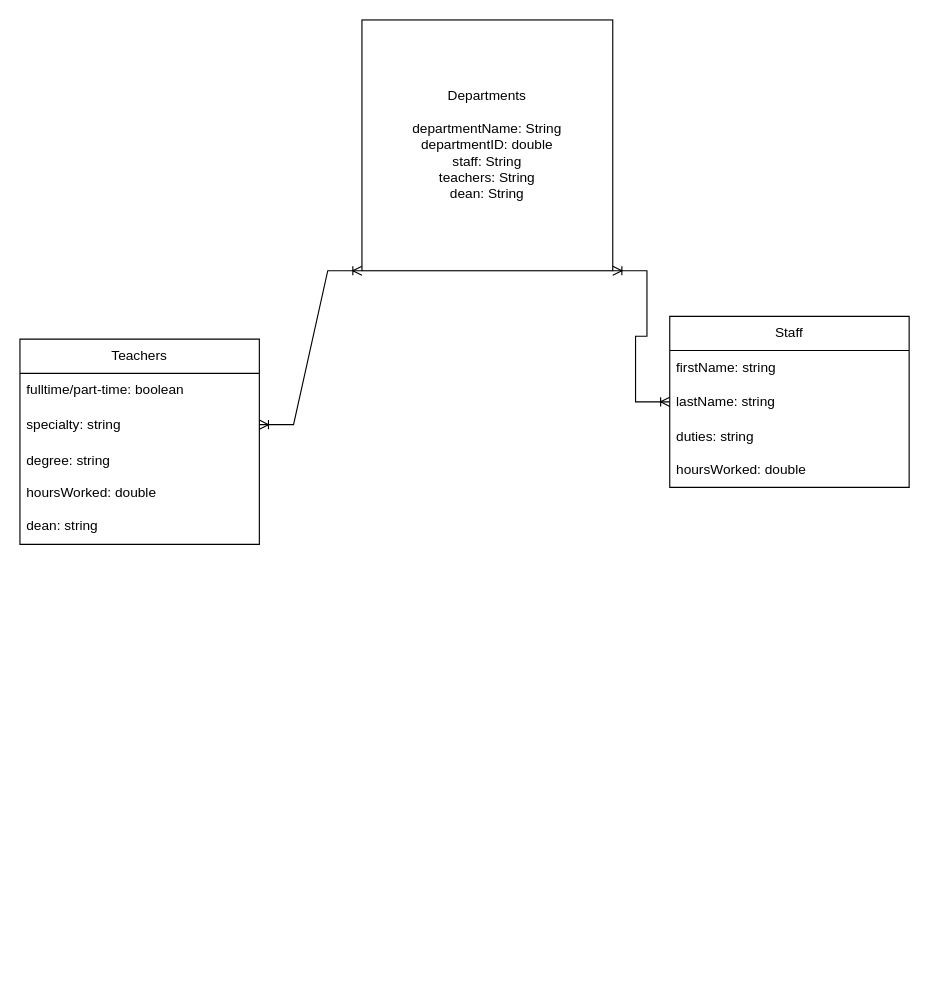
This is Untitled Diagram.drawio from deadmau55555/PC2-Project---Dominc-Read-Prasan, a draw.io file, before an edit. Source tidied: cells renumbered, new cells numbered last; positions are measured from the earlier drawing's top-left corner, leaving out a move shared by most shapes. Both pictures are drawn from the tidied source at 114%, with x=0, y=0 at pixel (19, 19).
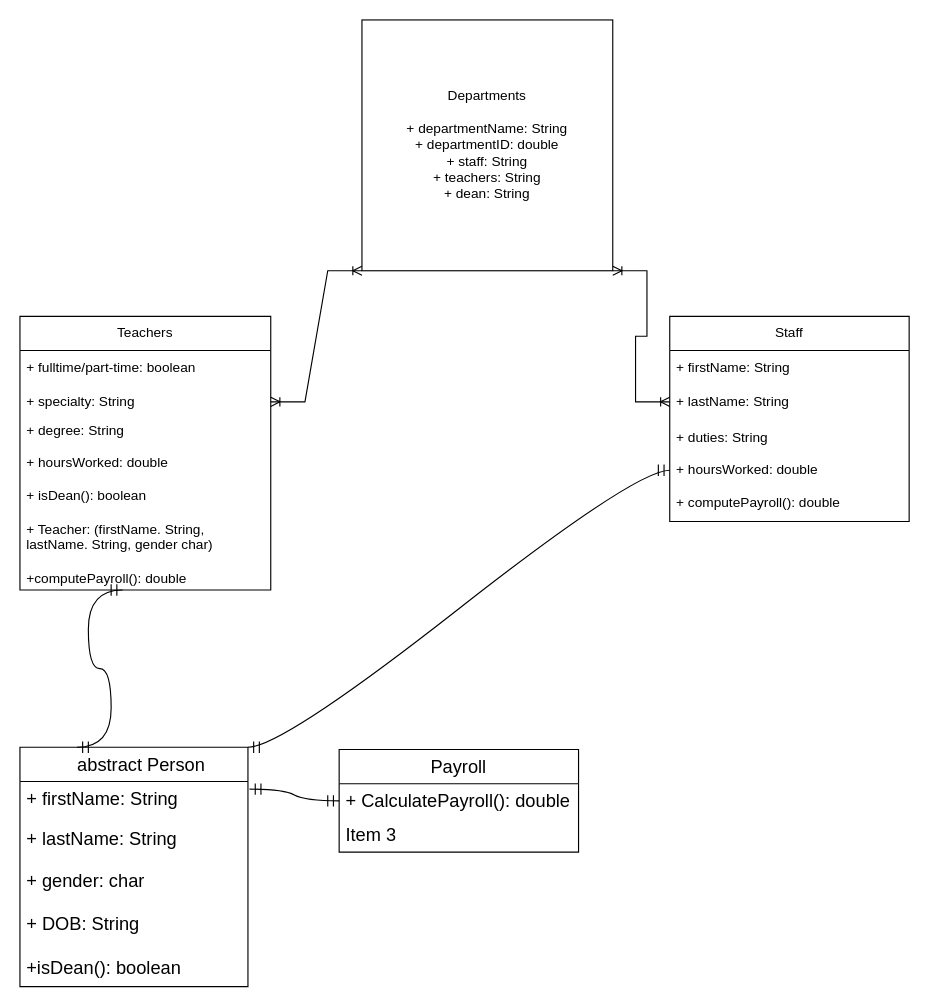
The same page after the edit.

What changed in the source:
```diff
@@
-    <mxCell id="2" value="Departments&lt;br&gt;&lt;br&gt;departmentName: String&lt;br&gt;departmentID: double&lt;br&gt;staff: String&lt;br&gt;teachers: String&lt;br&gt;dean: String" style="whiteSpace=wrap;html=1;" parent="1" vertex="1">
+    <mxCell id="2" value="Departments&lt;br&gt;&lt;br&gt;+ departmentName: String&lt;br&gt;+ departmentID: double&lt;br&gt;+ staff: String&lt;br&gt;+ teachers: String&lt;br&gt;+ dean: String" style="whiteSpace=wrap;html=1;" parent="1" vertex="1">
       <mxGeometry x="300" width="220" height="220" as="geometry" />
     </mxCell>
     <mxCell id="3" value="Teachers" style="swimlane;fontStyle=0;horizontal=1;startSize=30;whiteSpace=wrap;html=1;" parent="1" vertex="1">
-      <mxGeometry y="280" width="210" height="180" as="geometry" />
+      <mxGeometry y="260" width="220" height="240" as="geometry" />
     </mxCell>
-    <mxCell id="4" value="fulltime/part-time: boolean" style="text;strokeColor=none;fillColor=none;align=left;verticalAlign=middle;spacingLeft=4;spacingRight=4;overflow=hidden;whiteSpace=wrap;html=1;" parent="3" vertex="1">
-      <mxGeometry y="30" width="210" height="30" as="geometry" />
+    <mxCell id="4" value="+ fulltime/part-time: boolean" style="text;strokeColor=none;fillColor=none;align=left;verticalAlign=middle;spacingLeft=4;spacingRight=4;overflow=hidden;whiteSpace=wrap;html=1;" parent="3" vertex="1">
+      <mxGeometry y="30" width="220" height="30" as="geometry" />
     </mxCell>
-    <mxCell id="5" value="specialty: string" style="text;strokeColor=none;fillColor=none;align=left;verticalAlign=middle;spacingLeft=4;spacingRight=4;overflow=hidden;points=[[0,0.5],[1,0.5]];portConstraint=eastwest;whiteSpace=wrap;html=1;" parent="3" vertex="1">
-      <mxGeometry y="60" width="210" height="30" as="geometry" />
+    <mxCell id="5" value="+ specialty: String" style="text;strokeColor=none;fillColor=none;align=left;verticalAlign=middle;spacingLeft=4;spacingRight=4;overflow=hidden;points=[[0,0.5],[1,0.5]];portConstraint=eastwest;whiteSpace=wrap;html=1;" parent="3" vertex="1">
+      <mxGeometry y="60" width="220" height="30" as="geometry" />
     </mxCell>
-    <mxCell id="6" value="degree: string&lt;br&gt;&lt;br&gt;hoursWorked: double&lt;br&gt;&lt;br&gt;dean: string" style="text;strokeColor=none;fillColor=none;align=left;verticalAlign=middle;spacingLeft=4;spacingRight=4;overflow=hidden;whiteSpace=wrap;html=1;" parent="3" vertex="1">
-      <mxGeometry y="90" width="210" height="90" as="geometry" />
+    <mxCell id="6" value="+ degree: String&lt;br&gt;&lt;br&gt;+ hoursWorked: double&lt;br&gt;&lt;br&gt;+ isDean(): boolean&lt;br&gt;&lt;br&gt;+ Teacher: (firstName. String, lastName. String, gender char)&lt;br&gt;&lt;br&gt;+computePayroll(): double&amp;nbsp;" style="text;strokeColor=none;fillColor=none;align=left;verticalAlign=middle;spacingLeft=4;spacingRight=4;overflow=hidden;whiteSpace=wrap;html=1;" parent="3" vertex="1">
+      <mxGeometry y="90" width="220" height="150" as="geometry" />
     </mxCell>
@@
     <mxCell id="8" value="Staff" style="swimlane;fontStyle=0;horizontal=1;startSize=30;whiteSpace=wrap;html=1;" parent="1" vertex="1">
-      <mxGeometry x="570" y="260" width="210" height="150" as="geometry" />
+      <mxGeometry x="570" y="260" width="210" height="180" as="geometry" />
     </mxCell>
-    <mxCell id="9" value="firstName: string" style="text;strokeColor=none;fillColor=none;align=left;verticalAlign=middle;spacingLeft=4;spacingRight=4;overflow=hidden;whiteSpace=wrap;html=1;" parent="8" vertex="1">
+    <mxCell id="9" value="+ firstName: String" style="text;strokeColor=none;fillColor=none;align=left;verticalAlign=middle;spacingLeft=4;spacingRight=4;overflow=hidden;whiteSpace=wrap;html=1;" parent="8" vertex="1">
       <mxGeometry y="30" width="210" height="30" as="geometry" />
     </mxCell>
-    <mxCell id="10" value="lastName: string" style="text;strokeColor=none;fillColor=none;align=left;verticalAlign=middle;spacingLeft=4;spacingRight=4;overflow=hidden;points=[[0,0.5],[1,0.5]];portConstraint=eastwest;whiteSpace=wrap;html=1;" parent="8" vertex="1">
+    <mxCell id="10" value="+ lastName: String" style="text;strokeColor=none;fillColor=none;align=left;verticalAlign=middle;spacingLeft=4;spacingRight=4;overflow=hidden;points=[[0,0.5],[1,0.5]];portConstraint=eastwest;whiteSpace=wrap;html=1;" parent="8" vertex="1">
       <mxGeometry y="60" width="210" height="30" as="geometry" />
     </mxCell>
-    <mxCell id="11" value="duties: string&lt;br&gt;&lt;br&gt;hoursWorked: double" style="text;strokeColor=none;fillColor=none;align=left;verticalAlign=middle;spacingLeft=4;spacingRight=4;overflow=hidden;points=[[0,0.5],[1,0.5]];portConstraint=eastwest;whiteSpace=wrap;html=1;" parent="8" vertex="1">
-      <mxGeometry y="90" width="210" height="60" as="geometry" />
+    <mxCell id="11" value="+ duties: String&lt;br&gt;&lt;br&gt;+ hoursWorked: double&lt;br&gt;&lt;br&gt;+ computePayroll(): double" style="text;strokeColor=none;fillColor=none;align=left;verticalAlign=middle;spacingLeft=4;spacingRight=4;overflow=hidden;points=[[0,0.5],[1,0.5]];portConstraint=eastwest;whiteSpace=wrap;html=1;" parent="8" vertex="1">
+      <mxGeometry y="90" width="210" height="90" as="geometry" />
     </mxCell>
@@
+    <mxCell id="13" value="&amp;nbsp; &amp;nbsp; abstract Person&lt;span style=&quot;white-space: pre;&quot;&gt; &lt;/span&gt;" style="swimlane;fontStyle=0;horizontal=1;startSize=30;whiteSpace=wrap;html=1;fontSize=16;" parent="1" vertex="1">
+      <mxGeometry y="638" width="200" height="210" as="geometry" />
+    </mxCell>
+    <mxCell id="14" value="+ firstName: String" style="text;strokeColor=none;fillColor=none;align=left;verticalAlign=middle;spacingLeft=4;spacingRight=4;overflow=hidden;whiteSpace=wrap;html=1;fontSize=16;" parent="13" vertex="1">
+      <mxGeometry y="30" width="200" height="30" as="geometry" />
+    </mxCell>
+    <mxCell id="15" value="+ lastName: String" style="text;strokeColor=none;fillColor=none;align=left;verticalAlign=middle;spacingLeft=4;spacingRight=4;overflow=hidden;whiteSpace=wrap;html=1;fontSize=16;" parent="13" vertex="1">
+      <mxGeometry y="60" width="200" height="40" as="geometry" />
+    </mxCell>
+    <mxCell id="16" value="+ gender: char&lt;br&gt;&lt;br&gt;+ DOB: String&lt;br&gt;&lt;br&gt;+isDean(): boolean" style="text;strokeColor=none;fillColor=none;align=left;verticalAlign=middle;spacingLeft=4;spacingRight=4;overflow=hidden;whiteSpace=wrap;html=1;fontSize=16;" parent="13" vertex="1">
+      <mxGeometry y="100" width="200" height="110" as="geometry" />
+    </mxCell>
+    <mxCell id="17" value="Payroll" style="swimlane;fontStyle=0;horizontal=1;startSize=30;whiteSpace=wrap;html=1;fontSize=16;" parent="1" vertex="1">
+      <mxGeometry x="280" y="640" width="210" height="90" as="geometry" />
+    </mxCell>
+    <mxCell id="18" value="+ CalculatePayroll(): double" style="text;strokeColor=none;fillColor=none;align=left;verticalAlign=middle;spacingLeft=4;spacingRight=4;overflow=hidden;points=[[0,0.5],[1,0.5]];portConstraint=eastwest;whiteSpace=wrap;html=1;fontSize=16;" parent="17" vertex="1">
+      <mxGeometry y="30" width="210" height="30" as="geometry" />
+    </mxCell>
+    <mxCell id="19" value="Item 3" style="text;strokeColor=none;fillColor=none;align=left;verticalAlign=middle;spacingLeft=4;spacingRight=4;overflow=hidden;whiteSpace=wrap;html=1;fontSize=16;" parent="17" vertex="1">
+      <mxGeometry y="60" width="210" height="30" as="geometry" />
+    </mxCell>
+    <mxCell id="20" style="edgeStyle=entityRelationEdgeStyle;fontSize=12;html=1;endArrow=ERmandOne;startArrow=ERmandOne;rounded=0;startSize=8;endSize=8;curved=1;exitX=0.25;exitY=0;exitDx=0;exitDy=0;" parent="1" edge="1" source="13">
+      <mxGeometry relative="1" as="geometry">
+        <mxPoint x="90" y="500" as="targetPoint" />
+      </mxGeometry>
+    </mxCell>
+    <mxCell id="21" style="edgeStyle=entityRelationEdgeStyle;fontSize=12;html=1;endArrow=ERmandOne;startArrow=ERmandOne;rounded=0;startSize=8;endSize=8;curved=1;exitX=1;exitY=0;exitDx=0;exitDy=0;entryX=0;entryY=0.5;entryDx=0;entryDy=0;" parent="1" edge="1" source="13" target="11">
+      <mxGeometry relative="1" as="geometry" />
+    </mxCell>
+    <mxCell id="22" style="edgeStyle=entityRelationEdgeStyle;fontSize=12;html=1;endArrow=ERmandOne;startArrow=ERmandOne;rounded=0;startSize=8;endSize=8;curved=1;entryX=0;entryY=0.5;entryDx=0;entryDy=0;exitX=1.007;exitY=0.175;exitDx=0;exitDy=0;exitPerimeter=0;" parent="1" edge="1" source="13" target="18">
+      <mxGeometry relative="1" as="geometry" />
+    </mxCell>
```
